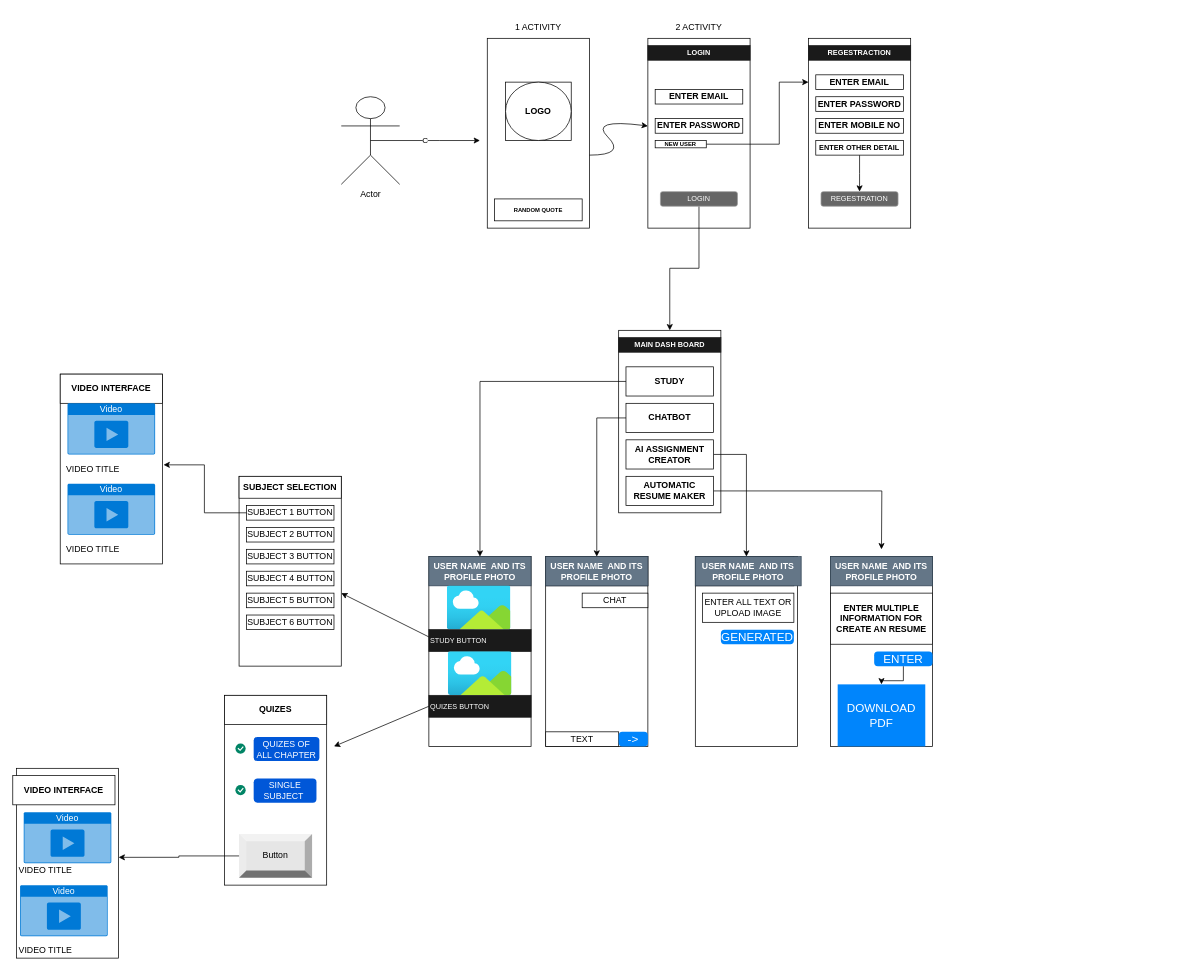
Before: Untitled Diagram.drawio in ujjawalTHEBATMAN/Student-Help-Center, a draw.io diagram. Source tidied: cells renumbered, new cells numbered last; positions are measured from the earlier drawing's top-left corner, leaving out a move shared by most shapes. Both pictures are drawn from the tidied source at 73%, with x=0, y=0 at pixel (12, 12).
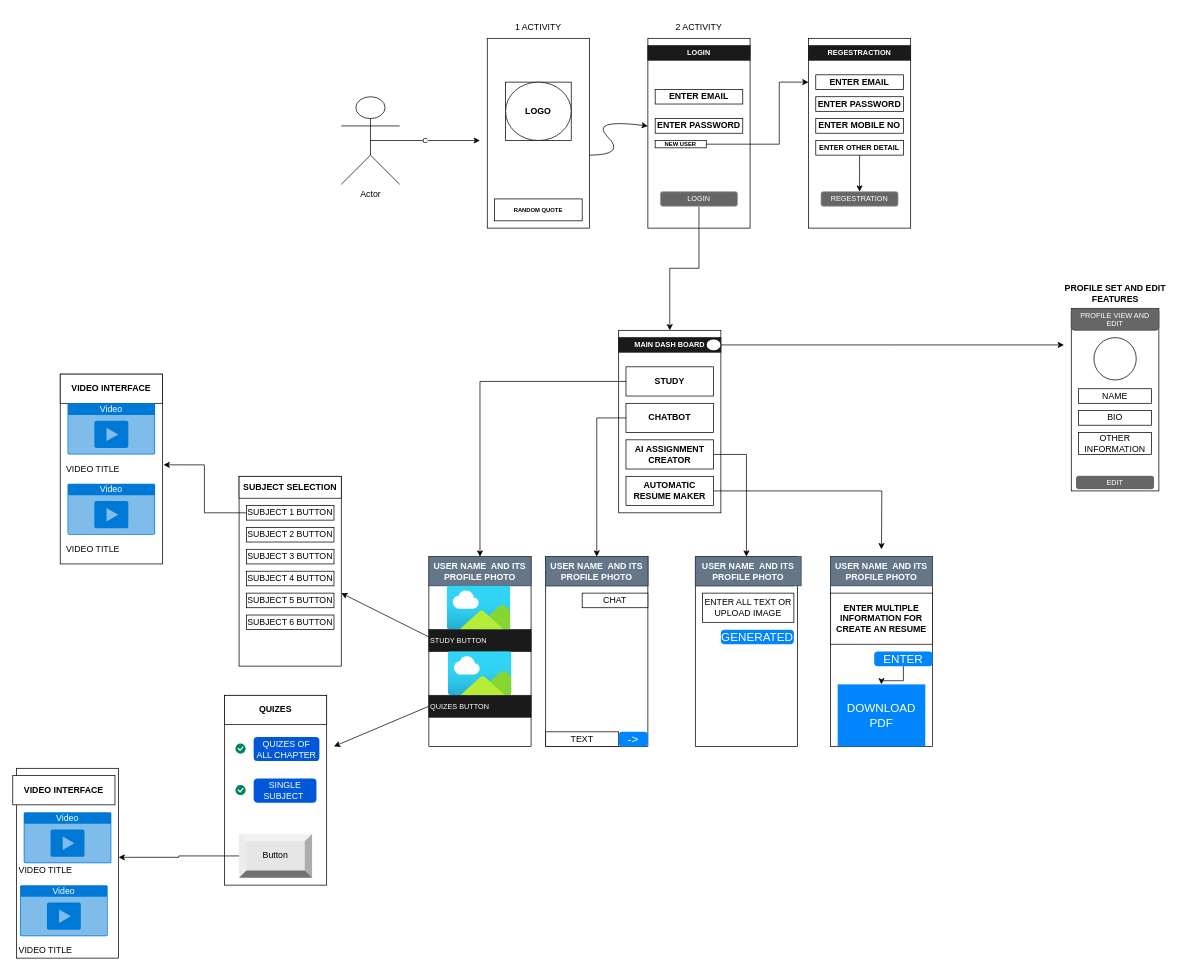
Above is the later version.

Commit message:
COMPLETED WITHOUT DATABASE

The edit, as a diff of the source:
```diff
@@
+    <mxCell id="92" style="edgeStyle=orthogonalEdgeStyle;rounded=0;jettySize=auto;html=1;" parent="1" edge="1" source="93">
+      <mxGeometry relative="1" as="geometry">
+        <mxPoint x="1440" y="455" as="targetPoint" />
+      </mxGeometry>
+    </mxCell>
+    <mxCell id="93" style="ellipse;whiteSpace=wrap;html=1;" parent="1" vertex="1">
+      <mxGeometry x="950" y="446.9" width="20" height="16.2" as="geometry" />
+    </mxCell>
+    <mxCell id="94" style="rounded=0;whiteSpace=wrap;html=1;" parent="1" vertex="1">
+      <mxGeometry x="1450" y="405" width="120" height="250" as="geometry" />
+    </mxCell>
+    <mxCell id="95" value="PROFILE VIEW AND EDIT" style="rounded=1;html=1;shadow=0;dashed=0;whiteSpace=wrap;fontSize=10;fillColor=#666666;align=center;strokeColor=#4D4D4D;fontColor=#ffffff;" parent="1" vertex="1">
+      <mxGeometry x="1450" y="405" width="120" height="30" as="geometry" />
+    </mxCell>
+    <mxCell id="96" style="ellipse;whiteSpace=wrap;html=1;" parent="1" vertex="1">
+      <mxGeometry x="1481" y="445" width="58" height="58" as="geometry" />
+    </mxCell>
+    <mxCell id="97" value="NAME" style="rounded=0;whiteSpace=wrap;html=1;" parent="1" vertex="1">
+      <mxGeometry x="1460" y="515" width="100" height="20" as="geometry" />
+    </mxCell>
+    <mxCell id="98" value="BIO" style="rounded=0;whiteSpace=wrap;html=1;" parent="1" vertex="1">
+      <mxGeometry x="1460" y="545" width="100" height="20" as="geometry" />
+    </mxCell>
+    <mxCell id="99" value="EDIT" style="rounded=1;html=1;shadow=0;dashed=0;whiteSpace=wrap;fontSize=10;fillColor=#666666;align=center;strokeColor=#4D4D4D;fontColor=#ffffff;" parent="1" vertex="1">
+      <mxGeometry x="1457.2" y="635" width="105.5" height="16.9" as="geometry" />
+    </mxCell>
+    <mxCell id="100" value="OTHER INFORMATION" style="rounded=0;whiteSpace=wrap;html=1;" parent="1" vertex="1">
+      <mxGeometry x="1460" y="575" width="100" height="30" as="geometry" />
+    </mxCell>
+    <mxCell id="101" value="PROFILE SET AND EDIT FEATURES" style="text;strokeColor=none;align=center;fillColor=none;html=1;verticalAlign=middle;whiteSpace=wrap;rounded=0;fontFamily=Helvetica;fontSize=12;fontColor=default;labelBackgroundColor=default;fontStyle=1;" parent="1" vertex="1">
+      <mxGeometry x="1422.5" y="365" width="175" height="40" as="geometry" />
+    </mxCell>
```
